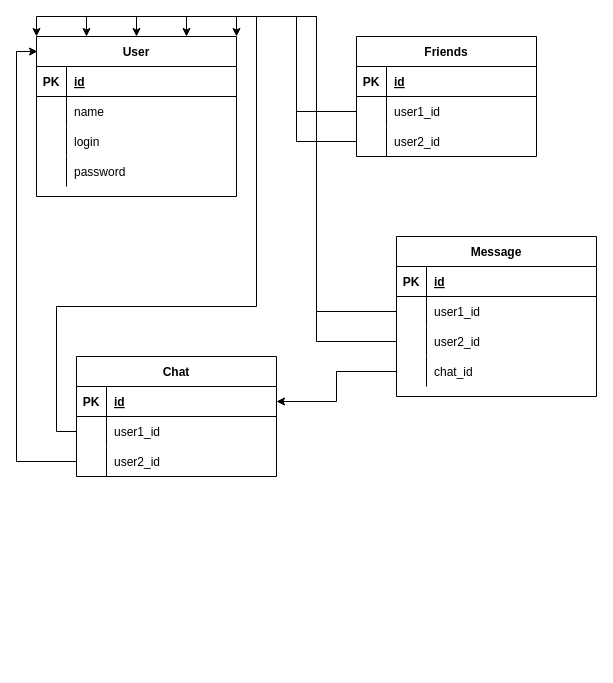
This is Диаграмма без названия.drawio from Barashek-1507/SRDandA, a draw.io file, before an edit. Source tidied: cells renumbered, new cells numbered last; positions are measured from the earlier drawing's top-left corner, leaving out a move shared by most shapes. Both pictures are drawn from the tidied source at 100%, with x=0, y=0 at pixel (36, 36).
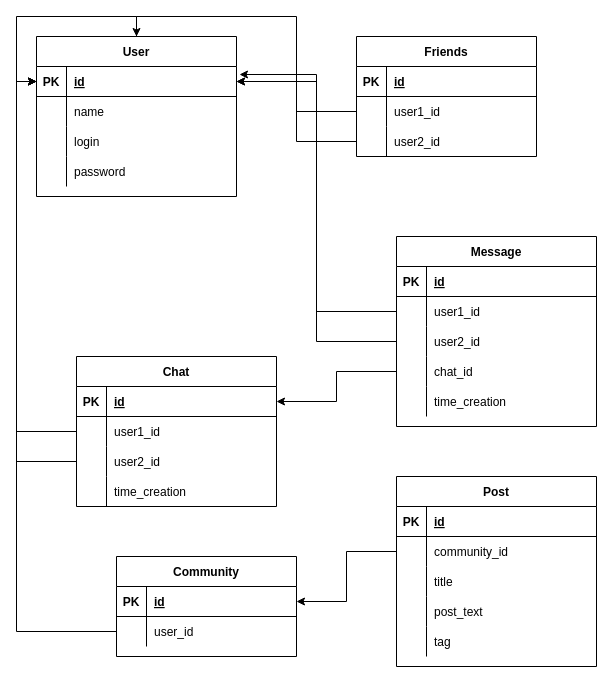
Above is the later version.

Unchanged cells that the change refers to:
```xml
<mxCell id="6" style="shape=partialRectangle;fillColor=none;top=0;left=0;bottom=0;right=0;points=[[0,0.5],[1,0.5]];portConstraint=eastwest;" parent="2" vertex="1">
  <mxGeometry y="60" width="200" height="30" as="geometry" />
</mxCell>
<mxCell id="9" style="shape=partialRectangle;fillColor=none;top=0;left=0;bottom=0;right=0;points=[[0,0.5],[1,0.5]];portConstraint=eastwest;" parent="2" vertex="1">
  <mxGeometry y="90" width="200" height="30" as="geometry" />
</mxCell>
<mxCell id="22" style="shape=partialRectangle;fillColor=none;top=0;left=0;bottom=0;right=0;points=[[0,0.5],[1,0.5]];portConstraint=eastwest;" parent="15" vertex="1">
  <mxGeometry y="90" width="180" height="30" as="geometry" />
</mxCell>
<mxCell id="32" style="shape=partialRectangle;fillColor=none;top=0;left=0;bottom=0;right=0;points=[[0,0.5],[1,0.5]];portConstraint=eastwest;" parent="28" vertex="1">
  <mxGeometry y="60" width="200" height="30" as="geometry" />
</mxCell>
<mxCell id="35" style="shape=partialRectangle;fillColor=none;top=0;left=0;bottom=0;right=0;points=[[0,0.5],[1,0.5]];portConstraint=eastwest;" parent="28" vertex="1">
  <mxGeometry y="90" width="200" height="30" as="geometry" />
</mxCell>
<mxCell id="40" value="User" style="shape=table;startSize=30;childLayout=tableLayout;rowLines=0;fontStyle=1;align=center;" parent="1" vertex="1">
  <mxGeometry width="200" height="160" as="geometry" />
</mxCell>
<mxCell id="41" style="shape=partialRectangle;fillColor=none;top=0;left=0;bottom=1;right=0;points=[[0,0.5],[1,0.5]];portConstraint=eastwest;" parent="40" vertex="1">
  <mxGeometry y="30" width="200" height="30" as="geometry" />
</mxCell>
```

Change to the diagram source:
```diff
@@
     <mxCell id="2" value="Message" style="shape=table;startSize=30;childLayout=tableLayout;rowLines=0;fontStyle=1;align=center;" parent="1" vertex="1">
-      <mxGeometry x="360" y="200" width="200" height="160" as="geometry" />
+      <mxGeometry x="360" y="200" width="200" height="190" as="geometry" />
     </mxCell>
@@
+    <mxCell id="55" style="shape=partialRectangle;fillColor=none;top=0;left=0;bottom=0;right=0;" parent="2" vertex="1">
+      <mxGeometry y="150" width="200" height="30" as="geometry" />
+    </mxCell>
+    <mxCell id="56" style="shape=partialRectangle;fillColor=none;top=0;left=0;bottom=0;right=0;overflow=hidden;" parent="55" vertex="1">
+      <mxGeometry width="30" height="30" as="geometry" />
+    </mxCell>
+    <mxCell id="57" value="time_creation" style="shape=partialRectangle;fillColor=none;top=0;left=0;bottom=0;right=0;align=left;spacingLeft=6;overflow=hidden;" parent="55" vertex="1">
+      <mxGeometry x="30" width="170" height="30" as="geometry" />
+    </mxCell>
@@
-    <mxCell id="25" style="edgeStyle=orthogonalEdgeStyle;rounded=0;jettySize=auto;html=1;exitX=0;exitY=0.5;exitDx=0;exitDy=0;entryX=1;entryY=0;entryDx=0;entryDy=0;" parent="1" edge="1" source="6" target="40">
+    <mxCell id="25" style="edgeStyle=orthogonalEdgeStyle;rounded=0;jettySize=auto;html=1;exitX=0;exitY=0.5;exitDx=0;exitDy=0;entryX=1;entryY=0.5;entryDx=0;entryDy=0;" parent="1" edge="1" source="6" target="41">
       <mxGeometry relative="1" as="geometry" />
     </mxCell>
-    <mxCell id="26" style="edgeStyle=orthogonalEdgeStyle;rounded=0;jettySize=auto;html=1;exitX=0;exitY=0.5;exitDx=0;exitDy=0;entryX=0.75;entryY=0;entryDx=0;entryDy=0;" parent="1" edge="1" source="9" target="40">
+    <mxCell id="26" style="edgeStyle=orthogonalEdgeStyle;rounded=0;jettySize=auto;html=1;exitX=0;exitY=0.5;exitDx=0;exitDy=0;entryX=1.015;entryY=0.267;entryDx=0;entryDy=0;entryPerimeter=0;" parent="1" edge="1" source="9" target="41">
       <mxGeometry relative="1" as="geometry" />
     </mxCell>
@@
     <mxCell id="28" value="Chat" style="shape=table;startSize=30;childLayout=tableLayout;rowLines=0;fontStyle=1;align=center;" parent="1" vertex="1">
-      <mxGeometry x="40" y="320" width="200" height="120" as="geometry" />
+      <mxGeometry x="40" y="320" width="200" height="150" as="geometry" />
     </mxCell>
@@
+    <mxCell id="58" style="shape=partialRectangle;fillColor=none;top=0;left=0;bottom=0;right=0;" parent="28" vertex="1">
+      <mxGeometry y="120" width="200" height="30" as="geometry" />
+    </mxCell>
+    <mxCell id="59" style="shape=partialRectangle;fillColor=none;top=0;left=0;bottom=0;right=0;overflow=hidden;" parent="58" vertex="1">
+      <mxGeometry width="30" height="30" as="geometry" />
+    </mxCell>
+    <mxCell id="60" value="time_creation" style="shape=partialRectangle;fillColor=none;top=0;left=0;bottom=0;right=0;align=left;spacingLeft=6;overflow=hidden;" parent="58" vertex="1">
+      <mxGeometry x="30" width="170" height="30" as="geometry" />
+    </mxCell>
@@
-    <mxCell id="39" style="edgeStyle=orthogonalEdgeStyle;rounded=0;jettySize=auto;html=1;exitX=0;exitY=0.5;exitDx=0;exitDy=0;entryX=0.25;entryY=0;entryDx=0;entryDy=0;" parent="1" edge="1" source="22" target="40">
+    <mxCell id="39" style="edgeStyle=orthogonalEdgeStyle;rounded=0;jettySize=auto;html=1;exitX=0;exitY=0.5;exitDx=0;exitDy=0;entryX=1;entryY=0.5;entryDx=0;entryDy=0;" parent="1" edge="1" source="22" target="41">
       <mxGeometry relative="1" as="geometry" />
     </mxCell>
@@
+    <mxCell id="61" style="edgeStyle=orthogonalEdgeStyle;rounded=0;jettySize=auto;html=1;exitX=0.5;exitY=0;exitDx=0;exitDy=0;entryX=0;entryY=0.5;entryDx=0;entryDy=0;" parent="40" edge="1" source="40" target="41">
+      <mxGeometry relative="1" as="geometry" />
+    </mxCell>
-    <mxCell id="53" style="edgeStyle=orthogonalEdgeStyle;rounded=0;jettySize=auto;html=1;exitX=0;exitY=0.5;exitDx=0;exitDy=0;entryX=0;entryY=0;entryDx=0;entryDy=0;" parent="1" edge="1" source="32" target="40">
+    <mxCell id="53" style="edgeStyle=orthogonalEdgeStyle;rounded=0;jettySize=auto;html=1;exitX=0;exitY=0.5;exitDx=0;exitDy=0;entryX=0;entryY=0.5;entryDx=0;entryDy=0;" parent="1" edge="1" source="32" target="41">
       <mxGeometry relative="1" as="geometry" />
     </mxCell>
-    <mxCell id="54" style="edgeStyle=orthogonalEdgeStyle;rounded=0;jettySize=auto;html=1;exitX=0;exitY=0.5;exitDx=0;exitDy=0;entryX=0.005;entryY=0.094;entryDx=0;entryDy=0;entryPerimeter=0;" parent="1" edge="1" source="35" target="40">
+    <mxCell id="54" style="edgeStyle=orthogonalEdgeStyle;rounded=0;jettySize=auto;html=1;exitX=0;exitY=0.5;exitDx=0;exitDy=0;entryX=0;entryY=0.5;entryDx=0;entryDy=0;" parent="1" edge="1" source="35" target="41">
       <mxGeometry relative="1" as="geometry" />
     </mxCell>
+    <mxCell id="62" value="Post" style="shape=table;startSize=30;childLayout=tableLayout;rowLines=0;fontStyle=1;align=center;" parent="1" vertex="1">
+      <mxGeometry x="360" y="440" width="200" height="190" as="geometry" />
+    </mxCell>
+    <mxCell id="63" style="shape=partialRectangle;fillColor=none;top=0;left=0;bottom=1;right=0;" parent="62" vertex="1">
+      <mxGeometry y="30" width="200" height="30" as="geometry" />
+    </mxCell>
+    <mxCell id="64" value="PK" style="shape=partialRectangle;fillColor=none;top=0;left=0;bottom=0;right=0;fontStyle=1;overflow=hidden;" parent="63" vertex="1">
+      <mxGeometry width="30" height="30" as="geometry" />
+    </mxCell>
+    <mxCell id="65" value="id" style="shape=partialRectangle;fillColor=none;top=0;left=0;bottom=0;right=0;align=left;spacingLeft=6;fontStyle=5;overflow=hidden;" parent="63" vertex="1">
+      <mxGeometry x="30" width="170" height="30" as="geometry" />
+    </mxCell>
+    <mxCell id="66" style="shape=partialRectangle;fillColor=none;top=0;left=0;bottom=0;right=0;points=[[0,0.5],[1,0.5]];portConstraint=eastwest;" parent="62" vertex="1">
+      <mxGeometry y="60" width="200" height="30" as="geometry" />
+    </mxCell>
+    <mxCell id="67" style="shape=partialRectangle;fillColor=none;top=0;left=0;bottom=0;right=0;overflow=hidden;" parent="66" vertex="1">
+      <mxGeometry width="30" height="30" as="geometry" />
+    </mxCell>
+    <mxCell id="68" value="community_id" style="shape=partialRectangle;fillColor=none;top=0;left=0;bottom=0;right=0;align=left;spacingLeft=6;overflow=hidden;" parent="66" vertex="1">
+      <mxGeometry x="30" width="170" height="30" as="geometry" />
+    </mxCell>
+    <mxCell id="69" style="shape=partialRectangle;fillColor=none;top=0;left=0;bottom=0;right=0;" parent="62" vertex="1">
+      <mxGeometry y="90" width="200" height="30" as="geometry" />
+    </mxCell>
+    <mxCell id="70" style="shape=partialRectangle;fillColor=none;top=0;left=0;bottom=0;right=0;overflow=hidden;" parent="69" vertex="1">
+      <mxGeometry width="30" height="30" as="geometry" />
+    </mxCell>
+    <mxCell id="71" value="title" style="shape=partialRectangle;fillColor=none;top=0;left=0;bottom=0;right=0;align=left;spacingLeft=6;overflow=hidden;" parent="69" vertex="1">
+      <mxGeometry x="30" width="170" height="30" as="geometry" />
+    </mxCell>
+    <mxCell id="72" style="shape=partialRectangle;fillColor=none;top=0;left=0;bottom=0;right=0;" parent="62" vertex="1">
+      <mxGeometry y="120" width="200" height="30" as="geometry" />
+    </mxCell>
+    <mxCell id="73" style="shape=partialRectangle;fillColor=none;top=0;left=0;bottom=0;right=0;overflow=hidden;" parent="72" vertex="1">
+      <mxGeometry width="30" height="30" as="geometry" />
+    </mxCell>
+    <mxCell id="74" value="post_text" style="shape=partialRectangle;fillColor=none;top=0;left=0;bottom=0;right=0;align=left;spacingLeft=6;overflow=hidden;" parent="72" vertex="1">
+      <mxGeometry x="30" width="170" height="30" as="geometry" />
+    </mxCell>
+    <mxCell id="75" style="shape=partialRectangle;fillColor=none;top=0;left=0;bottom=0;right=0;" parent="62" vertex="1">
+      <mxGeometry y="150" width="200" height="30" as="geometry" />
+    </mxCell>
+    <mxCell id="76" style="shape=partialRectangle;fillColor=none;top=0;left=0;bottom=0;right=0;overflow=hidden;" parent="75" vertex="1">
+      <mxGeometry width="30" height="30" as="geometry" />
+    </mxCell>
+    <mxCell id="77" value="tag" style="shape=partialRectangle;fillColor=none;top=0;left=0;bottom=0;right=0;align=left;spacingLeft=6;overflow=hidden;" parent="75" vertex="1">
+      <mxGeometry x="30" width="170" height="30" as="geometry" />
+    </mxCell>
+    <mxCell id="78" value="Community" style="shape=table;startSize=30;childLayout=tableLayout;rowLines=0;fontStyle=1;align=center;" parent="1" vertex="1">
+      <mxGeometry x="80" y="520" width="180" height="100" as="geometry" />
+    </mxCell>
+    <mxCell id="79" style="shape=partialRectangle;fillColor=none;top=0;left=0;bottom=1;right=0;points=[[0,0.5],[1,0.5]];portConstraint=eastwest;" parent="78" vertex="1">
+      <mxGeometry y="30" width="180" height="30" as="geometry" />
+    </mxCell>
+    <mxCell id="80" value="PK" style="shape=partialRectangle;fillColor=none;top=0;left=0;bottom=0;right=0;fontStyle=1;overflow=hidden;" parent="79" vertex="1">
+      <mxGeometry width="30" height="30" as="geometry" />
+    </mxCell>
+    <mxCell id="81" value="id" style="shape=partialRectangle;fillColor=none;top=0;left=0;bottom=0;right=0;align=left;spacingLeft=6;fontStyle=5;overflow=hidden;" parent="79" vertex="1">
+      <mxGeometry x="30" width="150" height="30" as="geometry" />
+    </mxCell>
+    <mxCell id="82" style="shape=partialRectangle;fillColor=none;top=0;left=0;bottom=0;right=0;points=[[0,0.5],[1,0.5]];portConstraint=eastwest;" parent="78" vertex="1">
+      <mxGeometry y="60" width="180" height="30" as="geometry" />
+    </mxCell>
+    <mxCell id="83" style="shape=partialRectangle;fillColor=none;top=0;left=0;bottom=0;right=0;overflow=hidden;" parent="82" vertex="1">
+      <mxGeometry width="30" height="30" as="geometry" />
+    </mxCell>
+    <mxCell id="84" value="user_id" style="shape=partialRectangle;fillColor=none;top=0;left=0;bottom=0;right=0;align=left;spacingLeft=6;overflow=hidden;" parent="82" vertex="1">
+      <mxGeometry x="30" width="150" height="30" as="geometry" />
+    </mxCell>
+    <mxCell id="85" style="edgeStyle=orthogonalEdgeStyle;rounded=0;jettySize=auto;html=1;exitX=0;exitY=0.5;exitDx=0;exitDy=0;entryX=1;entryY=0.5;entryDx=0;entryDy=0;" parent="1" edge="1" source="66" target="79">
+      <mxGeometry relative="1" as="geometry" />
+    </mxCell>
+    <mxCell id="86" style="edgeStyle=orthogonalEdgeStyle;rounded=0;jettySize=auto;html=1;exitX=0;exitY=0.5;exitDx=0;exitDy=0;entryX=0;entryY=0.5;entryDx=0;entryDy=0;" parent="1" edge="1" source="82" target="41">
+      <mxGeometry relative="1" as="geometry" />
+    </mxCell>
```
